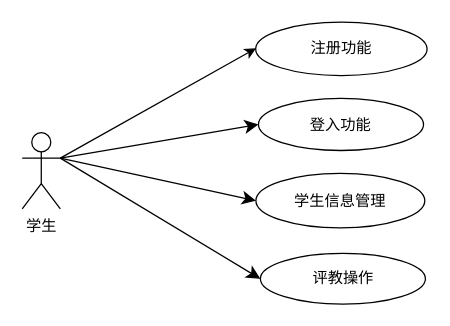
Above: page "学生" (2 of 7) of 未命名绘图.drawio in mao-user/2024code (draw.io), before the change. Source tidied: cells renumbered, new cells numbered last; positions are measured from the earlier drawing's top-left corner, leaving out a move shared by most shapes. Both pictures are drawn from the tidied source at 127%, with x=0, y=0 at pixel (22, 22).
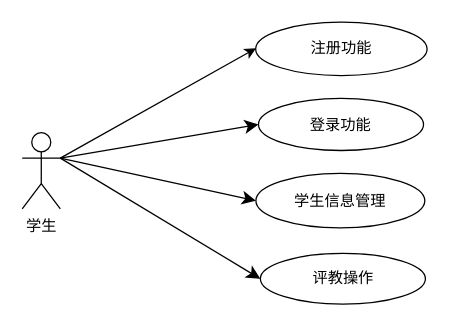
After the change.

What changed in the source:
```diff
@@
 <mxGraphModel>
   <root>
     <mxCell id="0" />
     <mxCell id="1" parent="0" />
     <mxCell id="2" style="edgeStyle=none;curved=1;rounded=0;jettySize=auto;html=1;exitX=1;exitY=0.3333333333333333;exitDx=0;exitDy=0;exitPerimeter=0;entryX=0;entryY=0.5;entryDx=0;entryDy=0;fontSize=12;startSize=8;endSize=8;" parent="1" edge="1" source="6" target="7">
       <mxGeometry relative="1" as="geometry" />
     </mxCell>
     <mxCell id="3" style="edgeStyle=none;curved=1;rounded=0;jettySize=auto;html=1;exitX=1;exitY=0.3333333333333333;exitDx=0;exitDy=0;exitPerimeter=0;entryX=0;entryY=0.5;entryDx=0;entryDy=0;fontSize=12;startSize=8;endSize=8;" parent="1" edge="1" source="6" target="8">
       <mxGeometry relative="1" as="geometry" />
     </mxCell>
     <mxCell id="4" style="edgeStyle=none;curved=1;rounded=0;jettySize=auto;html=1;exitX=1;exitY=0.3333333333333333;exitDx=0;exitDy=0;exitPerimeter=0;entryX=0;entryY=0.5;entryDx=0;entryDy=0;fontSize=12;startSize=8;endSize=8;" parent="1" edge="1" source="6" target="9">
       <mxGeometry relative="1" as="geometry" />
     </mxCell>
     <mxCell id="5" style="edgeStyle=none;rounded=0;jettySize=auto;html=1;exitX=1;exitY=0.3333333333333333;exitDx=0;exitDy=0;exitPerimeter=0;" parent="1" edge="1" source="6">
       <mxGeometry relative="1" as="geometry">
         <mxPoint x="184.1" y="20.5" as="targetPoint" />
       </mxGeometry>
     </mxCell>
     <mxCell id="6" value="学生" style="shape=umlActor;verticalLabelPosition=bottom;verticalAlign=top;html=1;outlineConnect=0;" parent="1" vertex="1">
       <mxGeometry y="87" width="30" height="60" as="geometry" />
     </mxCell>
     <mxCell id="7" value="学生信息管理" style="ellipse;whiteSpace=wrap;html=1;" parent="1" vertex="1">
       <mxGeometry x="184" y="119" width="133" height="43" as="geometry" />
     </mxCell>
     <mxCell id="8" value="评教操作" style="ellipse;whiteSpace=wrap;html=1;" parent="1" vertex="1">
       <mxGeometry x="187.5" y="182" width="130" height="40" as="geometry" />
     </mxCell>
-    <mxCell id="9" value="登入功能" style="ellipse;whiteSpace=wrap;html=1;" parent="1" vertex="1">
+    <mxCell id="9" value="登录功能" style="ellipse;whiteSpace=wrap;html=1;" parent="1" vertex="1">
       <mxGeometry x="186" y="60" width="130" height="41" as="geometry" />
     </mxCell>
     <mxCell id="10" value="注册功能" style="ellipse;whiteSpace=wrap;html=1;" parent="1" vertex="1">
       <mxGeometry x="183.8" width="135" height="42" as="geometry" />
     </mxCell>
   </root>
 </mxGraphModel>
```
